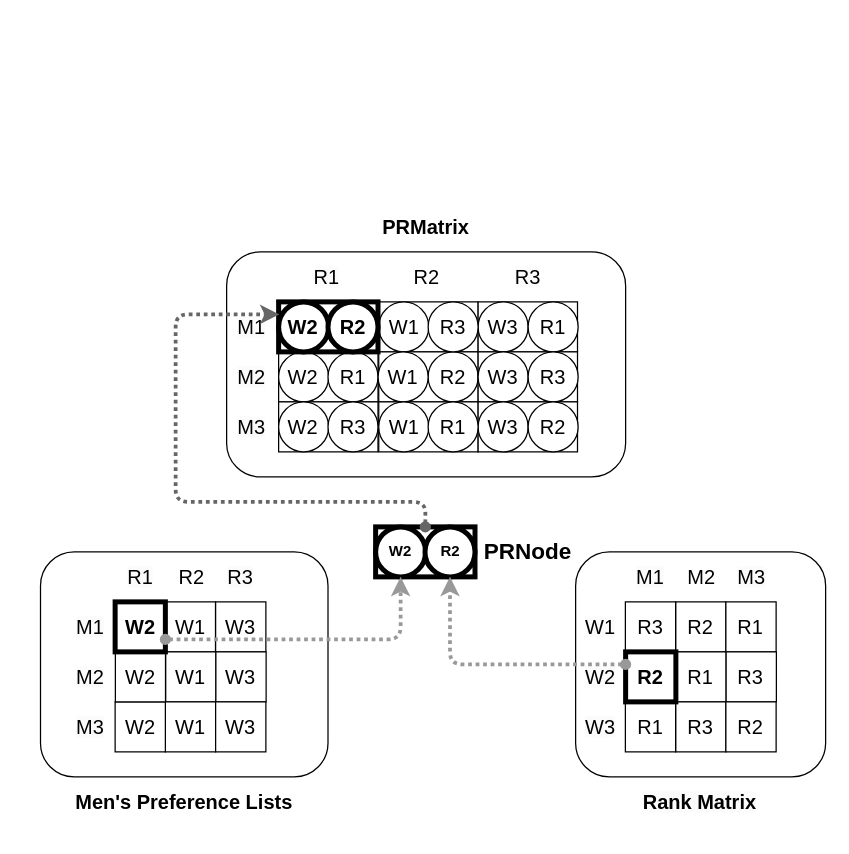
Above: newPRMatrix.drawio in victorliu-sq/BambooSMP-Figures (draw.io), before the change. Source tidied: cells renumbered, new cells numbered last; positions are measured from the earlier drawing's top-left corner, leaving out a move shared by most shapes. Both pictures are drawn from the tidied source at 125%, with x=0, y=0 at pixel (40, 214).
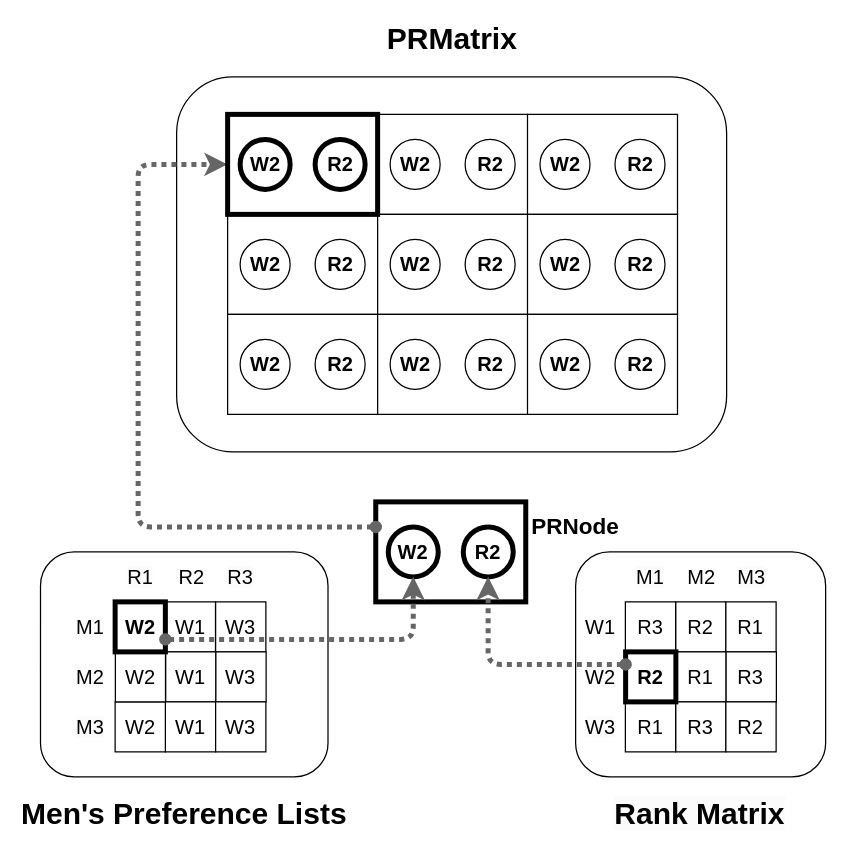
The same diagram, later.

The change refers to these unchanged cells:
```xml
<mxCell id="20" value="&lt;b style=&quot;font-size: 16px;&quot;&gt;R2&lt;/b&gt;" style="rounded=0;whiteSpace=wrap;html=1;strokeWidth=4;fontSize=16;" parent="1" vertex="1">
  <mxGeometry x="468" y="350" width="40.2" height="40" as="geometry" />
</mxCell>
<mxCell id="37" value="&lt;b style=&quot;font-size: 16px;&quot;&gt;W2&lt;/b&gt;" style="rounded=0;whiteSpace=wrap;html=1;strokeWidth=4;fontSize=16;" parent="1" vertex="1">
  <mxGeometry x="59.6" y="310" width="40.2" height="40" as="geometry" />
</mxCell>
```

Change to the diagram source:
```diff
@@
+    <mxCell id="78" style="rounded=1;whiteSpace=wrap;html=1;" parent="1" vertex="1">
+      <mxGeometry x="108.8" y="-110" width="440" height="300" as="geometry" />
+    </mxCell>
@@
-    <mxCell id="4" style="rounded=1;whiteSpace=wrap;html=1;" parent="1" vertex="1">
-      <mxGeometry x="148.8" y="30" width="319.2" height="180" as="geometry" />
-    </mxCell>
@@
-    <mxCell id="13" value="&lt;span style=&quot;color: rgb(0, 0, 0); font-family: Helvetica; font-size: 16px; font-style: normal; font-variant-ligatures: normal; font-variant-caps: normal; letter-spacing: normal; orphans: 2; text-indent: 0px; text-transform: none; widows: 2; word-spacing: 0px; -webkit-text-stroke-width: 0px; white-space: nowrap; background-color: rgb(251, 251, 251); text-decoration-thickness: initial; text-decoration-style: initial; text-decoration-color: initial; float: none; display: inline !important;&quot;&gt;Rank Matrix&lt;/span&gt;" style="text;whiteSpace=wrap;html=1;align=center;strokeColor=none;verticalAlign=middle;strokeWidth=0;fontSize=16;fontStyle=1;" parent="1" vertex="1">
-      <mxGeometry x="488.4" y="460" width="79.2" height="20" as="geometry" />
+    <mxCell id="13" value="&lt;span style=&quot;color: rgb(0, 0, 0); font-family: Helvetica; font-size: 24px; font-style: normal; font-variant-ligatures: normal; font-variant-caps: normal; letter-spacing: normal; orphans: 2; text-indent: 0px; text-transform: none; widows: 2; word-spacing: 0px; -webkit-text-stroke-width: 0px; white-space: nowrap; background-color: rgb(251, 251, 251); text-decoration-thickness: initial; text-decoration-style: initial; text-decoration-color: initial; float: none; display: inline !important;&quot;&gt;Rank Matrix&lt;/span&gt;" style="text;whiteSpace=wrap;html=1;align=center;strokeColor=none;verticalAlign=middle;strokeWidth=0;fontSize=24;fontStyle=1;" parent="1" vertex="1">
+      <mxGeometry x="488.4" y="470" width="79.2" height="20" as="geometry" />
     </mxCell>
@@
-    <mxCell id="28" value="&lt;span style=&quot;font-size: 16px; text-wrap: nowrap;&quot;&gt;&lt;span style=&quot;font-size: 16px;&quot;&gt;Men's Preference Lists&lt;/span&gt;&lt;/span&gt;" style="text;whiteSpace=wrap;html=1;align=center;strokeColor=none;verticalAlign=middle;strokeWidth=0;fontSize=16;fontStyle=1;" parent="1" vertex="1">
-      <mxGeometry x="14.9" y="460" width="200.1" height="20" as="geometry" />
+    <mxCell id="28" value="&lt;span style=&quot;font-size: 24px; text-wrap: nowrap;&quot;&gt;&lt;span style=&quot;font-size: 24px;&quot;&gt;Men's Preference Lists&lt;/span&gt;&lt;/span&gt;" style="text;whiteSpace=wrap;html=1;align=center;strokeColor=none;verticalAlign=middle;strokeWidth=0;fontSize=24;fontStyle=1;" parent="1" vertex="1">
+      <mxGeometry x="14.9" y="470" width="200.1" height="20" as="geometry" />
     </mxCell>
@@
     <mxCell id="36" style="rounded=0;whiteSpace=wrap;html=1;strokeWidth=4;" parent="1" vertex="1">
-      <mxGeometry x="268" y="250" width="79.5" height="40" as="geometry" />
+      <mxGeometry x="268.1" y="230" width="120" height="80" as="geometry" />
     </mxCell>
+    <mxCell id="79" style="edgeStyle=orthogonalEdgeStyle;rounded=1;jettySize=auto;html=1;exitX=0;exitY=0.25;exitDx=0;exitDy=0;entryX=0;entryY=0.5;entryDx=0;entryDy=0;strokeWidth=4;strokeColor=#666666;dashed=1;dashPattern=1 1;curved=0;startArrow=oval;startFill=1;" parent="1" edge="1" source="36" target="104">
+      <mxGeometry relative="1" as="geometry">
+        <Array as="points">
+          <mxPoint x="78" y="250" />
+          <mxPoint x="78" y="-40" />
+        </Array>
+      </mxGeometry>
+    </mxCell>
@@
-    <mxCell id="38" value="&lt;b&gt;W2&lt;/b&gt;" style="ellipse;whiteSpace=wrap;html=1;strokeWidth=4;" parent="1" vertex="1">
-      <mxGeometry x="268" y="250" width="40" height="40" as="geometry" />
+    <mxCell id="38" value="&lt;b style=&quot;font-size: 16px;&quot;&gt;W2&lt;/b&gt;" style="ellipse;whiteSpace=wrap;html=1;strokeWidth=4;fontSize=16;" parent="1" vertex="1">
+      <mxGeometry x="278.1" y="250" width="40" height="40" as="geometry" />
     </mxCell>
-    <mxCell id="39" value="&lt;b&gt;R2&lt;/b&gt;" style="ellipse;whiteSpace=wrap;html=1;strokeWidth=4;" parent="1" vertex="1">
-      <mxGeometry x="307.5" y="250" width="40" height="40" as="geometry" />
+    <mxCell id="39" value="&lt;b style=&quot;font-size: 16px;&quot;&gt;R2&lt;/b&gt;" style="ellipse;whiteSpace=wrap;html=1;strokeWidth=4;fontSize=16;" parent="1" vertex="1">
+      <mxGeometry x="338.1" y="250" width="40" height="40" as="geometry" />
     </mxCell>
-    <mxCell id="40" style="rounded=0;whiteSpace=wrap;html=1;strokeWidth=1;fontSize=16;" parent="1" vertex="1">
-      <mxGeometry x="270.5" y="70" width="79.5" height="40" as="geometry" />
-    </mxCell>
-    <mxCell id="41" value="W1" style="ellipse;whiteSpace=wrap;html=1;fontSize=16;" parent="1" vertex="1">
-      <mxGeometry x="270.5" y="70" width="40" height="40" as="geometry" />
-    </mxCell>
-    <mxCell id="42" style="rounded=0;whiteSpace=wrap;html=1;strokeWidth=1;fontSize=16;" parent="1" vertex="1">
-      <mxGeometry x="350" y="70" width="79.5" height="40" as="geometry" />
-    </mxCell>
-    <mxCell id="43" value="W3" style="ellipse;whiteSpace=wrap;html=1;fontSize=16;" parent="1" vertex="1">
-      <mxGeometry x="350" y="70" width="40" height="40" as="geometry" />
-    </mxCell>
-    <mxCell id="44" style="rounded=0;whiteSpace=wrap;html=1;strokeWidth=1;fontSize=16;" parent="1" vertex="1">
-      <mxGeometry x="190.4" y="110" width="79.5" height="40" as="geometry" />
-    </mxCell>
-    <mxCell id="45" value="W2" style="ellipse;whiteSpace=wrap;html=1;fontSize=16;" parent="1" vertex="1">
-      <mxGeometry x="190.4" y="110" width="40" height="40" as="geometry" />
-    </mxCell>
-    <mxCell id="46" value="R1" style="ellipse;whiteSpace=wrap;html=1;fontSize=16;" parent="1" vertex="1">
-      <mxGeometry x="229.9" y="110" width="40" height="40" as="geometry" />
-    </mxCell>
-    <mxCell id="47" style="rounded=0;whiteSpace=wrap;html=1;strokeWidth=1;fontSize=16;" parent="1" vertex="1">
-      <mxGeometry x="270.5" y="110" width="79.5" height="40" as="geometry" />
-    </mxCell>
-    <mxCell id="48" value="R2" style="ellipse;whiteSpace=wrap;html=1;fontSize=16;" parent="1" vertex="1">
-      <mxGeometry x="310" y="110" width="40" height="40" as="geometry" />
-    </mxCell>
-    <mxCell id="49" style="rounded=0;whiteSpace=wrap;html=1;strokeWidth=1;fontSize=16;" parent="1" vertex="1">
-      <mxGeometry x="350" y="110" width="79.5" height="40" as="geometry" />
-    </mxCell>
-    <mxCell id="50" style="rounded=0;whiteSpace=wrap;html=1;strokeWidth=1;fontSize=16;" parent="1" vertex="1">
-      <mxGeometry x="190.4" y="150" width="79.5" height="40" as="geometry" />
-    </mxCell>
-    <mxCell id="51" value="W2" style="ellipse;whiteSpace=wrap;html=1;fontSize=16;" parent="1" vertex="1">
-      <mxGeometry x="190.4" y="150" width="40" height="40" as="geometry" />
-    </mxCell>
-    <mxCell id="52" value="R3" style="ellipse;whiteSpace=wrap;html=1;fontSize=16;" parent="1" vertex="1">
-      <mxGeometry x="229.9" y="150" width="40" height="40" as="geometry" />
-    </mxCell>
-    <mxCell id="53" style="rounded=0;whiteSpace=wrap;html=1;strokeWidth=1;fontSize=16;" parent="1" vertex="1">
-      <mxGeometry x="270.5" y="150" width="79.5" height="40" as="geometry" />
-    </mxCell>
-    <mxCell id="54" style="rounded=0;whiteSpace=wrap;html=1;strokeWidth=1;fontSize=16;" parent="1" vertex="1">
-      <mxGeometry x="350" y="150" width="79.5" height="40" as="geometry" />
-    </mxCell>
-    <mxCell id="55" value="&lt;span style=&quot;font-size: 16px; text-wrap: nowrap;&quot;&gt;&lt;span style=&quot;font-size: 16px;&quot;&gt;PRMatrix&lt;/span&gt;&lt;/span&gt;" style="text;whiteSpace=wrap;html=1;align=center;strokeColor=none;verticalAlign=middle;strokeWidth=0;fontSize=16;fontStyle=1;" parent="1" vertex="1">
-      <mxGeometry x="268.1" width="80.5" height="20" as="geometry" />
+    <mxCell id="55" value="&lt;span style=&quot;font-size: 24px; text-wrap: nowrap;&quot;&gt;&lt;span style=&quot;font-size: 24px;&quot;&gt;PRMatrix&lt;/span&gt;&lt;/span&gt;" style="text;whiteSpace=wrap;html=1;align=center;strokeColor=none;verticalAlign=middle;strokeWidth=0;fontSize=24;fontStyle=1;" parent="1" vertex="1">
+      <mxGeometry x="288.5" y="-150" width="80.5" height="20" as="geometry" />
     </mxCell>
     <mxCell id="56" value="&lt;span style=&quot;font-size: 18px; text-wrap: nowrap;&quot;&gt;&lt;b&gt;PRNode&lt;/b&gt;&lt;/span&gt;" style="text;whiteSpace=wrap;html=1;align=center;strokeColor=none;verticalAlign=middle;strokeWidth=0;" parent="1" vertex="1">
-      <mxGeometry x="369.8" y="250" width="40" height="40" as="geometry" />
+      <mxGeometry x="408" y="230" width="40" height="40" as="geometry" />
     </mxCell>
-    <mxCell id="57" style="rounded=0;whiteSpace=wrap;html=1;strokeWidth=4;fontSize=16;" parent="1" vertex="1">
-      <mxGeometry x="190.4" y="70" width="79.5" height="40" as="geometry" />
-    </mxCell>
+    <mxCell id="75" style="edgeStyle=orthogonalEdgeStyle;rounded=1;jettySize=auto;html=1;strokeWidth=4;strokeColor=#666666;dashed=1;endArrow=classic;endFill=1;curved=0;startArrow=oval;startFill=1;dashPattern=1 1;exitX=0;exitY=0.25;exitDx=0;exitDy=0;" parent="1" edge="1" source="20">
+      <mxGeometry relative="1" as="geometry">
+        <mxPoint x="358" y="290" as="targetPoint" />
+        <Array as="points">
+          <mxPoint x="358" y="360" />
+        </Array>
+      </mxGeometry>
+    </mxCell>
+    <mxCell id="76" style="edgeStyle=orthogonalEdgeStyle;rounded=1;jettySize=auto;html=1;strokeWidth=4;strokeColor=#666666;dashed=1;endArrow=classic;endFill=1;curved=0;startArrow=oval;startFill=1;dashPattern=1 1;exitX=1;exitY=0.75;exitDx=0;exitDy=0;entryX=0.5;entryY=1;entryDx=0;entryDy=0;" parent="1" edge="1" source="37" target="38">
+      <mxGeometry relative="1" as="geometry">
+        <Array as="points">
+          <mxPoint x="298" y="340" />
+        </Array>
+      </mxGeometry>
+    </mxCell>
+    <mxCell id="80" style="rounded=0;whiteSpace=wrap;html=1;strokeWidth=1;" parent="1" vertex="1">
+      <mxGeometry x="269.6" y="-80" width="120" height="80" as="geometry" />
+    </mxCell>
+    <mxCell id="81" value="&lt;b style=&quot;font-size: 16px;&quot;&gt;W2&lt;/b&gt;" style="ellipse;whiteSpace=wrap;html=1;strokeWidth=1;fontSize=16;" parent="1" vertex="1">
+      <mxGeometry x="279.6" y="-60" width="40" height="40" as="geometry" />
+    </mxCell>
+    <mxCell id="82" value="&lt;b style=&quot;font-size: 16px;&quot;&gt;R2&lt;/b&gt;" style="ellipse;whiteSpace=wrap;html=1;strokeWidth=1;fontSize=16;" parent="1" vertex="1">
+      <mxGeometry x="339.6" y="-60" width="40" height="40" as="geometry" />
+    </mxCell>
+    <mxCell id="83" style="rounded=0;whiteSpace=wrap;html=1;strokeWidth=1;" parent="1" vertex="1">
+      <mxGeometry x="389.5" y="-80" width="120" height="80" as="geometry" />
+    </mxCell>
+    <mxCell id="84" value="&lt;b style=&quot;font-size: 16px;&quot;&gt;W2&lt;/b&gt;" style="ellipse;whiteSpace=wrap;html=1;strokeWidth=1;fontSize=16;" parent="1" vertex="1">
+      <mxGeometry x="399.5" y="-60" width="40" height="40" as="geometry" />
+    </mxCell>
+    <mxCell id="85" value="&lt;b style=&quot;font-size: 16px;&quot;&gt;R2&lt;/b&gt;" style="ellipse;whiteSpace=wrap;html=1;strokeWidth=1;fontSize=16;" parent="1" vertex="1">
+      <mxGeometry x="459.5" y="-60" width="40" height="40" as="geometry" />
+    </mxCell>
+    <mxCell id="86" style="rounded=0;whiteSpace=wrap;html=1;strokeWidth=1;" parent="1" vertex="1">
+      <mxGeometry x="149.6" width="120" height="80" as="geometry" />
+    </mxCell>
+    <mxCell id="87" value="&lt;b style=&quot;font-size: 16px;&quot;&gt;W2&lt;/b&gt;" style="ellipse;whiteSpace=wrap;html=1;strokeWidth=1;fontSize=16;" parent="1" vertex="1">
+      <mxGeometry x="159.6" y="20" width="40" height="40" as="geometry" />
+    </mxCell>
+    <mxCell id="88" value="&lt;b style=&quot;font-size: 16px;&quot;&gt;R2&lt;/b&gt;" style="ellipse;whiteSpace=wrap;html=1;strokeWidth=1;fontSize=16;" parent="1" vertex="1">
+      <mxGeometry x="219.6" y="20" width="40" height="40" as="geometry" />
+    </mxCell>
+    <mxCell id="89" style="rounded=0;whiteSpace=wrap;html=1;strokeWidth=1;" parent="1" vertex="1">
+      <mxGeometry x="269.6" width="120" height="80" as="geometry" />
+    </mxCell>
+    <mxCell id="90" value="&lt;b style=&quot;font-size: 16px;&quot;&gt;W2&lt;/b&gt;" style="ellipse;whiteSpace=wrap;html=1;strokeWidth=1;fontSize=16;" parent="1" vertex="1">
+      <mxGeometry x="279.6" y="20" width="40" height="40" as="geometry" />
+    </mxCell>
+    <mxCell id="91" value="&lt;b style=&quot;font-size: 16px;&quot;&gt;R2&lt;/b&gt;" style="ellipse;whiteSpace=wrap;html=1;strokeWidth=1;fontSize=16;" parent="1" vertex="1">
+      <mxGeometry x="339.6" y="20" width="40" height="40" as="geometry" />
+    </mxCell>
+    <mxCell id="92" style="rounded=0;whiteSpace=wrap;html=1;strokeWidth=1;" parent="1" vertex="1">
+      <mxGeometry x="389.5" width="120" height="80" as="geometry" />
+    </mxCell>
+    <mxCell id="93" value="&lt;b style=&quot;font-size: 16px;&quot;&gt;W2&lt;/b&gt;" style="ellipse;whiteSpace=wrap;html=1;strokeWidth=1;fontSize=16;" parent="1" vertex="1">
+      <mxGeometry x="399.5" y="20" width="40" height="40" as="geometry" />
+    </mxCell>
+    <mxCell id="94" value="&lt;b style=&quot;font-size: 16px;&quot;&gt;R2&lt;/b&gt;" style="ellipse;whiteSpace=wrap;html=1;strokeWidth=1;fontSize=16;" parent="1" vertex="1">
+      <mxGeometry x="459.5" y="20" width="40" height="40" as="geometry" />
+    </mxCell>
+    <mxCell id="95" style="rounded=0;whiteSpace=wrap;html=1;strokeWidth=1;" parent="1" vertex="1">
+      <mxGeometry x="149.6" y="80" width="120" height="80" as="geometry" />
+    </mxCell>
+    <mxCell id="96" value="&lt;b style=&quot;font-size: 16px;&quot;&gt;W2&lt;/b&gt;" style="ellipse;whiteSpace=wrap;html=1;strokeWidth=1;fontSize=16;" parent="1" vertex="1">
+      <mxGeometry x="159.6" y="100" width="40" height="40" as="geometry" />
+    </mxCell>
+    <mxCell id="97" value="&lt;b style=&quot;font-size: 16px;&quot;&gt;R2&lt;/b&gt;" style="ellipse;whiteSpace=wrap;html=1;strokeWidth=1;fontSize=16;" parent="1" vertex="1">
+      <mxGeometry x="219.6" y="100" width="40" height="40" as="geometry" />
+    </mxCell>
+    <mxCell id="98" style="rounded=0;whiteSpace=wrap;html=1;strokeWidth=1;" parent="1" vertex="1">
+      <mxGeometry x="269.6" y="80" width="120" height="80" as="geometry" />
+    </mxCell>
+    <mxCell id="99" value="&lt;b style=&quot;font-size: 16px;&quot;&gt;W2&lt;/b&gt;" style="ellipse;whiteSpace=wrap;html=1;strokeWidth=1;fontSize=16;" parent="1" vertex="1">
+      <mxGeometry x="279.6" y="100" width="40" height="40" as="geometry" />
+    </mxCell>
+    <mxCell id="100" value="&lt;b style=&quot;font-size: 16px;&quot;&gt;R2&lt;/b&gt;" style="ellipse;whiteSpace=wrap;html=1;strokeWidth=1;fontSize=16;" parent="1" vertex="1">
+      <mxGeometry x="339.6" y="100" width="40" height="40" as="geometry" />
+    </mxCell>
+    <mxCell id="101" style="rounded=0;whiteSpace=wrap;html=1;strokeWidth=1;" parent="1" vertex="1">
+      <mxGeometry x="389.5" y="80" width="120" height="80" as="geometry" />
+    </mxCell>
+    <mxCell id="102" value="&lt;b style=&quot;font-size: 16px;&quot;&gt;W2&lt;/b&gt;" style="ellipse;whiteSpace=wrap;html=1;strokeWidth=1;fontSize=16;" parent="1" vertex="1">
+      <mxGeometry x="399.5" y="100" width="40" height="40" as="geometry" />
+    </mxCell>
+    <mxCell id="103" value="&lt;b style=&quot;font-size: 16px;&quot;&gt;R2&lt;/b&gt;" style="ellipse;whiteSpace=wrap;html=1;strokeWidth=1;fontSize=16;" parent="1" vertex="1">
+      <mxGeometry x="459.5" y="100" width="40" height="40" as="geometry" />
+    </mxCell>
+    <mxCell id="104" style="rounded=0;whiteSpace=wrap;html=1;strokeWidth=4;" parent="1" vertex="1">
+      <mxGeometry x="149.6" y="-80" width="120" height="80" as="geometry" />
+    </mxCell>
     <mxCell id="58" value="&lt;b style=&quot;font-size: 16px;&quot;&gt;W2&lt;/b&gt;" style="ellipse;whiteSpace=wrap;html=1;strokeWidth=4;fontSize=16;" parent="1" vertex="1">
-      <mxGeometry x="190.4" y="70" width="40" height="40" as="geometry" />
+      <mxGeometry x="159.6" y="-60" width="40" height="40" as="geometry" />
     </mxCell>
     <mxCell id="59" value="&lt;b style=&quot;font-size: 16px;&quot;&gt;R2&lt;/b&gt;" style="ellipse;whiteSpace=wrap;html=1;strokeWidth=4;fontSize=16;" parent="1" vertex="1">
-      <mxGeometry x="229.9" y="70" width="40" height="40" as="geometry" />
+      <mxGeometry x="219.6" y="-60" width="40" height="40" as="geometry" />
     </mxCell>
-    <mxCell id="60" value="&lt;span style=&quot;color: rgb(0, 0, 0); font-family: Helvetica; font-size: 16px; font-style: normal; font-variant-ligatures: normal; font-variant-caps: normal; font-weight: 400; letter-spacing: normal; orphans: 2; text-indent: 0px; text-transform: none; widows: 2; word-spacing: 0px; -webkit-text-stroke-width: 0px; white-space: normal; background-color: rgb(251, 251, 251); text-decoration-thickness: initial; text-decoration-style: initial; text-decoration-color: initial; float: none; display: inline !important;&quot;&gt;M1&lt;/span&gt;" style="text;whiteSpace=wrap;html=1;align=center;verticalAlign=middle;fontSize=16;" parent="1" vertex="1">
-      <mxGeometry x="148.7" y="70" width="40" height="40" as="geometry" />
-    </mxCell>
-    <mxCell id="61" value="&lt;span style=&quot;color: rgb(0, 0, 0); font-family: Helvetica; font-size: 16px; font-style: normal; font-variant-ligatures: normal; font-variant-caps: normal; font-weight: 400; letter-spacing: normal; orphans: 2; text-indent: 0px; text-transform: none; widows: 2; word-spacing: 0px; -webkit-text-stroke-width: 0px; white-space: normal; background-color: rgb(251, 251, 251); text-decoration-thickness: initial; text-decoration-style: initial; text-decoration-color: initial; float: none; display: inline !important;&quot;&gt;M2&lt;/span&gt;" style="text;whiteSpace=wrap;html=1;align=center;verticalAlign=middle;fontSize=16;" parent="1" vertex="1">
-      <mxGeometry x="148.7" y="110" width="40" height="40" as="geometry" />
-    </mxCell>
-    <mxCell id="62" value="&lt;span style=&quot;color: rgb(0, 0, 0); font-family: Helvetica; font-size: 16px; font-style: normal; font-variant-ligatures: normal; font-variant-caps: normal; font-weight: 400; letter-spacing: normal; orphans: 2; text-indent: 0px; text-transform: none; widows: 2; word-spacing: 0px; -webkit-text-stroke-width: 0px; white-space: normal; background-color: rgb(251, 251, 251); text-decoration-thickness: initial; text-decoration-style: initial; text-decoration-color: initial; float: none; display: inline !important;&quot;&gt;M3&lt;/span&gt;" style="text;whiteSpace=wrap;html=1;align=center;verticalAlign=middle;fontSize=16;" parent="1" vertex="1">
-      <mxGeometry x="148.7" y="150" width="40" height="40" as="geometry" />
-    </mxCell>
-    <mxCell id="63" value="&lt;span style=&quot;color: rgb(0, 0, 0); font-family: Helvetica; font-size: 16px; font-style: normal; font-variant-ligatures: normal; font-variant-caps: normal; font-weight: 400; letter-spacing: normal; orphans: 2; text-indent: 0px; text-transform: none; widows: 2; word-spacing: 0px; -webkit-text-stroke-width: 0px; white-space: normal; background-color: rgb(251, 251, 251); text-decoration-thickness: initial; text-decoration-style: initial; text-decoration-color: initial; float: none; display: inline !important;&quot;&gt;R1&lt;/span&gt;" style="text;whiteSpace=wrap;html=1;align=center;verticalAlign=middle;fontSize=16;" parent="1" vertex="1">
-      <mxGeometry x="208.8" y="30" width="40" height="40" as="geometry" />
-    </mxCell>
-    <mxCell id="64" value="R2" style="text;whiteSpace=wrap;html=1;align=center;verticalAlign=middle;fontSize=16;" parent="1" vertex="1">
-      <mxGeometry x="288.8" y="30" width="40" height="40" as="geometry" />
-    </mxCell>
-    <mxCell id="65" value="&lt;span style=&quot;color: rgb(0, 0, 0); font-family: Helvetica; font-size: 16px; font-style: normal; font-variant-ligatures: normal; font-variant-caps: normal; font-weight: 400; letter-spacing: normal; orphans: 2; text-indent: 0px; text-transform: none; widows: 2; word-spacing: 0px; -webkit-text-stroke-width: 0px; white-space: normal; background-color: rgb(251, 251, 251); text-decoration-thickness: initial; text-decoration-style: initial; text-decoration-color: initial; float: none; display: inline !important;&quot;&gt;R3&lt;/span&gt;" style="text;whiteSpace=wrap;html=1;align=center;verticalAlign=middle;fontSize=16;" parent="1" vertex="1">
-      <mxGeometry x="369.8" y="30" width="40" height="40" as="geometry" />
-    </mxCell>
-    <mxCell id="66" value="W1" style="ellipse;whiteSpace=wrap;html=1;fontSize=16;" parent="1" vertex="1">
-      <mxGeometry x="270" y="110" width="40" height="40" as="geometry" />
-    </mxCell>
-    <mxCell id="67" value="W1" style="ellipse;whiteSpace=wrap;html=1;fontSize=16;" parent="1" vertex="1">
-      <mxGeometry x="270.5" y="150" width="40" height="40" as="geometry" />
-    </mxCell>
-    <mxCell id="68" value="W3" style="ellipse;whiteSpace=wrap;html=1;fontSize=16;" parent="1" vertex="1">
-      <mxGeometry x="350" y="110" width="40" height="40" as="geometry" />
-    </mxCell>
-    <mxCell id="69" value="W3" style="ellipse;whiteSpace=wrap;html=1;fontSize=16;" parent="1" vertex="1">
-      <mxGeometry x="350" y="150" width="40" height="40" as="geometry" />
-    </mxCell>
-    <mxCell id="70" value="R3" style="ellipse;whiteSpace=wrap;html=1;fontSize=16;" parent="1" vertex="1">
-      <mxGeometry x="310" y="70" width="40" height="40" as="geometry" />
-    </mxCell>
-    <mxCell id="71" value="R1" style="ellipse;whiteSpace=wrap;html=1;fontSize=16;" parent="1" vertex="1">
-      <mxGeometry x="310" y="150" width="40" height="40" as="geometry" />
-    </mxCell>
-    <mxCell id="72" value="R1" style="ellipse;whiteSpace=wrap;html=1;fontSize=16;" parent="1" vertex="1">
-      <mxGeometry x="390" y="70" width="40" height="40" as="geometry" />
-    </mxCell>
-    <mxCell id="73" value="R3" style="ellipse;whiteSpace=wrap;html=1;fontSize=16;" parent="1" vertex="1">
-      <mxGeometry x="390" y="110" width="40" height="40" as="geometry" />
-    </mxCell>
-    <mxCell id="74" value="R2" style="ellipse;whiteSpace=wrap;html=1;fontSize=16;" parent="1" vertex="1">
-      <mxGeometry x="390" y="150" width="40" height="40" as="geometry" />
-    </mxCell>
-    <mxCell id="75" style="edgeStyle=orthogonalEdgeStyle;rounded=1;jettySize=auto;html=1;entryX=0.5;entryY=1;entryDx=0;entryDy=0;strokeWidth=3;strokeColor=#999999;dashed=1;endArrow=classic;endFill=1;curved=0;startArrow=oval;startFill=1;dashPattern=1 1;exitX=0;exitY=0.25;exitDx=0;exitDy=0;" parent="1" edge="1" source="20" target="39">
-      <mxGeometry relative="1" as="geometry">
-        <Array as="points">
-          <mxPoint x="328" y="360" />
-        </Array>
-      </mxGeometry>
-    </mxCell>
-    <mxCell id="76" style="edgeStyle=orthogonalEdgeStyle;rounded=1;jettySize=auto;html=1;strokeWidth=3;strokeColor=#999999;dashed=1;endArrow=classic;endFill=1;curved=0;startArrow=oval;startFill=1;dashPattern=1 1;exitX=1;exitY=0.75;exitDx=0;exitDy=0;" parent="1" edge="1" source="37" target="38">
-      <mxGeometry relative="1" as="geometry">
-        <Array as="points">
-          <mxPoint x="288" y="340" />
-        </Array>
-      </mxGeometry>
-    </mxCell>
-    <mxCell id="77" style="edgeStyle=orthogonalEdgeStyle;rounded=1;jettySize=auto;html=1;exitX=0.5;exitY=0;exitDx=0;exitDy=0;strokeWidth=3;strokeColor=#666666;endArrow=classic;endFill=1;dashed=1;curved=0;startArrow=oval;startFill=1;dashPattern=1 1;" parent="1" edge="1" source="36">
-      <mxGeometry relative="1" as="geometry">
-        <mxPoint x="191" y="80" as="targetPoint" />
-        <Array as="points">
-          <mxPoint x="308" y="230" />
-          <mxPoint x="108" y="230" />
-          <mxPoint x="108" y="80" />
-        </Array>
-      </mxGeometry>
-    </mxCell>
```
